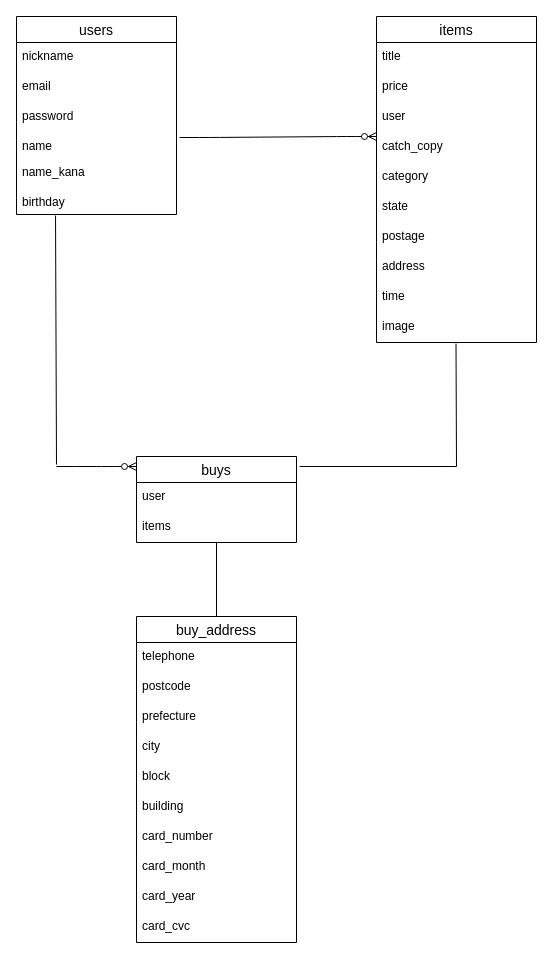
Before: ER.dio in 1keda3/furima-34497, a draw.io diagram. Source tidied: cells renumbered, new cells numbered last; positions are measured from the earlier drawing's top-left corner, leaving out a move shared by most shapes. Both pictures are drawn from the tidied source at 100%, with x=0, y=0 at pixel (16, 16).
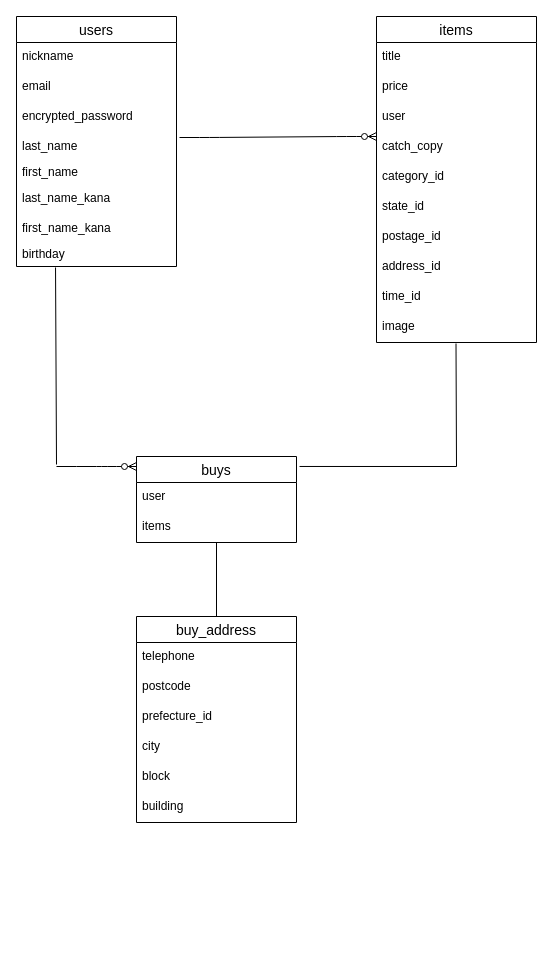
Above is the later version.

Unchanged cells that the change refers to:
```xml
<mxCell id="9" value="items" style="swimlane;fontStyle=0;horizontal=1;startSize=26;align=center;fontSize=14;" parent="1" vertex="1">
  <mxGeometry x="360" width="160" height="326" as="geometry" />
</mxCell>
```

Diff of the diagram source:
```diff
@@
     <mxCell id="2" value="users" style="swimlane;fontStyle=0;horizontal=1;startSize=26;align=center;fontSize=14;" parent="1" vertex="1">
-      <mxGeometry width="160" height="198" as="geometry" />
+      <mxGeometry width="160" height="250" as="geometry" />
     </mxCell>
@@
-    <mxCell id="5" value="password" style="text;strokeColor=none;fillColor=none;spacingLeft=4;spacingRight=4;overflow=hidden;fontSize=12;" parent="2" vertex="1">
+    <mxCell id="5" value="encrypted_password" style="text;strokeColor=none;fillColor=none;spacingLeft=4;spacingRight=4;overflow=hidden;fontSize=12;" parent="2" vertex="1">
       <mxGeometry y="86" width="160" height="30" as="geometry" />
     </mxCell>
-    <mxCell id="6" value="name" style="text;strokeColor=none;fillColor=none;spacingLeft=4;spacingRight=4;overflow=hidden;fontSize=12;" parent="2" vertex="1">
+    <mxCell id="6" value="last_name" style="text;strokeColor=none;fillColor=none;spacingLeft=4;spacingRight=4;overflow=hidden;fontSize=12;" parent="2" vertex="1">
       <mxGeometry y="116" width="160" height="26" as="geometry" />
     </mxCell>
+    <mxCell id="39" value="first_name" style="text;strokeColor=none;fillColor=none;spacingLeft=4;spacingRight=4;overflow=hidden;fontSize=12;" parent="2" vertex="1">
+      <mxGeometry y="142" width="160" height="26" as="geometry" />
+    </mxCell>
-    <mxCell id="7" value="name_kana" style="text;strokeColor=none;fillColor=none;spacingLeft=4;spacingRight=4;overflow=hidden;fontSize=12;" parent="2" vertex="1">
-      <mxGeometry y="142" width="160" height="30" as="geometry" />
+    <mxCell id="7" value="last_name_kana" style="text;strokeColor=none;fillColor=none;spacingLeft=4;spacingRight=4;overflow=hidden;fontSize=12;" parent="2" vertex="1">
+      <mxGeometry y="168" width="160" height="30" as="geometry" />
     </mxCell>
+    <mxCell id="40" value="first_name_kana" style="text;strokeColor=none;fillColor=none;spacingLeft=4;spacingRight=4;overflow=hidden;fontSize=12;" parent="2" vertex="1">
+      <mxGeometry y="198" width="160" height="26" as="geometry" />
+    </mxCell>
     <mxCell id="8" value="birthday" style="text;strokeColor=none;fillColor=none;spacingLeft=4;spacingRight=4;overflow=hidden;points=[[0,0.5],[1,0.5]];portConstraint=eastwest;fontSize=12;" parent="2" vertex="1">
-      <mxGeometry y="172" width="160" height="26" as="geometry" />
+      <mxGeometry y="224" width="160" height="26" as="geometry" />
     </mxCell>
@@
-    <mxCell id="14" value="category" style="text;strokeColor=none;fillColor=none;spacingLeft=4;spacingRight=4;overflow=hidden;fontSize=12;" parent="9" vertex="1">
+    <mxCell id="14" value="category_id" style="text;strokeColor=none;fillColor=none;spacingLeft=4;spacingRight=4;overflow=hidden;fontSize=12;" parent="9" vertex="1">
       <mxGeometry y="146" width="160" height="30" as="geometry" />
     </mxCell>
-    <mxCell id="15" value="state" style="text;strokeColor=none;fillColor=none;spacingLeft=4;spacingRight=4;overflow=hidden;fontSize=12;" parent="9" vertex="1">
+    <mxCell id="15" value="state_id" style="text;strokeColor=none;fillColor=none;spacingLeft=4;spacingRight=4;overflow=hidden;fontSize=12;" parent="9" vertex="1">
       <mxGeometry y="176" width="160" height="30" as="geometry" />
     </mxCell>
-    <mxCell id="16" value="postage" style="text;strokeColor=none;fillColor=none;spacingLeft=4;spacingRight=4;overflow=hidden;fontSize=12;" parent="9" vertex="1">
+    <mxCell id="16" value="postage_id" style="text;strokeColor=none;fillColor=none;spacingLeft=4;spacingRight=4;overflow=hidden;fontSize=12;" parent="9" vertex="1">
       <mxGeometry y="206" width="160" height="30" as="geometry" />
     </mxCell>
-    <mxCell id="17" value="address" style="text;strokeColor=none;fillColor=none;spacingLeft=4;spacingRight=4;overflow=hidden;fontSize=12;" parent="9" vertex="1">
+    <mxCell id="17" value="address_id&#10;" style="text;strokeColor=none;fillColor=none;spacingLeft=4;spacingRight=4;overflow=hidden;fontSize=12;" parent="9" vertex="1">
       <mxGeometry y="236" width="160" height="30" as="geometry" />
     </mxCell>
-    <mxCell id="18" value="time" style="text;strokeColor=none;fillColor=none;spacingLeft=4;spacingRight=4;overflow=hidden;fontSize=12;" parent="9" vertex="1">
+    <mxCell id="18" value="time_id&#10;" style="text;strokeColor=none;fillColor=none;spacingLeft=4;spacingRight=4;overflow=hidden;fontSize=12;" parent="9" vertex="1">
       <mxGeometry y="266" width="160" height="30" as="geometry" />
     </mxCell>
@@
     <mxCell id="24" value="buy_address" style="swimlane;fontStyle=0;horizontal=1;startSize=26;align=center;fontSize=14;" parent="1" vertex="1">
-      <mxGeometry x="120" y="600" width="160" height="326" as="geometry" />
+      <mxGeometry x="120" y="600" width="160" height="206" as="geometry" />
     </mxCell>
@@
-    <mxCell id="27" value="prefecture" style="text;strokeColor=none;fillColor=none;spacingLeft=4;spacingRight=4;overflow=hidden;fontSize=12;" parent="24" vertex="1">
+    <mxCell id="27" value="prefecture_id" style="text;strokeColor=none;fillColor=none;spacingLeft=4;spacingRight=4;overflow=hidden;fontSize=12;" parent="24" vertex="1">
       <mxGeometry y="86" width="160" height="30" as="geometry" />
     </mxCell>
@@
-    <mxCell id="31" value="card_number" style="text;strokeColor=none;fillColor=none;spacingLeft=4;spacingRight=4;overflow=hidden;fontSize=12;" parent="24" vertex="1">
-      <mxGeometry y="206" width="160" height="30" as="geometry" />
-    </mxCell>
-    <mxCell id="32" value="card_month" style="text;strokeColor=none;fillColor=none;spacingLeft=4;spacingRight=4;overflow=hidden;fontSize=12;" parent="24" vertex="1">
-      <mxGeometry y="236" width="160" height="30" as="geometry" />
-    </mxCell>
-    <mxCell id="33" value="card_year" style="text;strokeColor=none;fillColor=none;spacingLeft=4;spacingRight=4;overflow=hidden;fontSize=12;" parent="24" vertex="1">
-      <mxGeometry y="266" width="160" height="30" as="geometry" />
-    </mxCell>
-    <mxCell id="34" value="card_cvc" style="text;strokeColor=none;fillColor=none;spacingLeft=4;spacingRight=4;overflow=hidden;fontSize=12;" parent="24" vertex="1">
-      <mxGeometry y="296" width="160" height="30" as="geometry" />
-    </mxCell>
```
